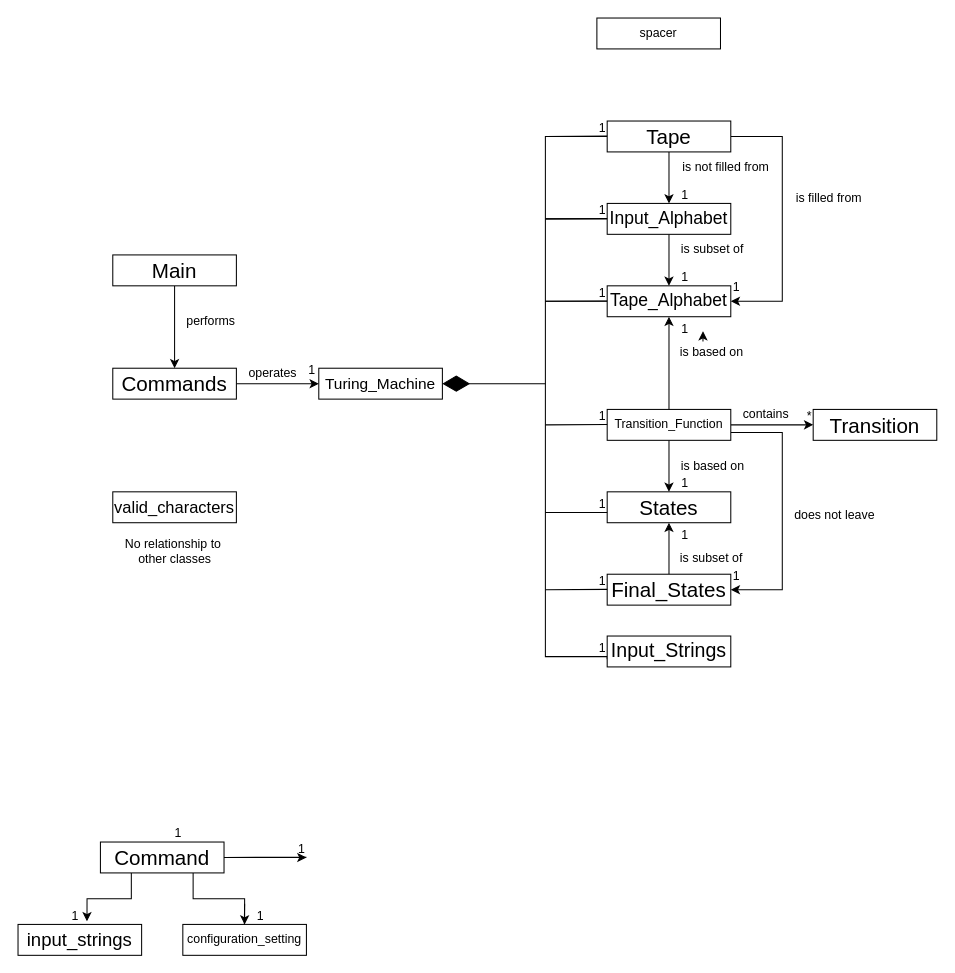
Earlier version of the draw.io diagram Untitled Diagram.drawio (IgorBCode/cv). Source tidied: cells renumbered, new cells numbered last; positions are measured from the earlier drawing's top-left corner, leaving out a move shared by most shapes. Both pictures are drawn from the tidied source at 103%, with x=0, y=0 at pixel (18, 18).
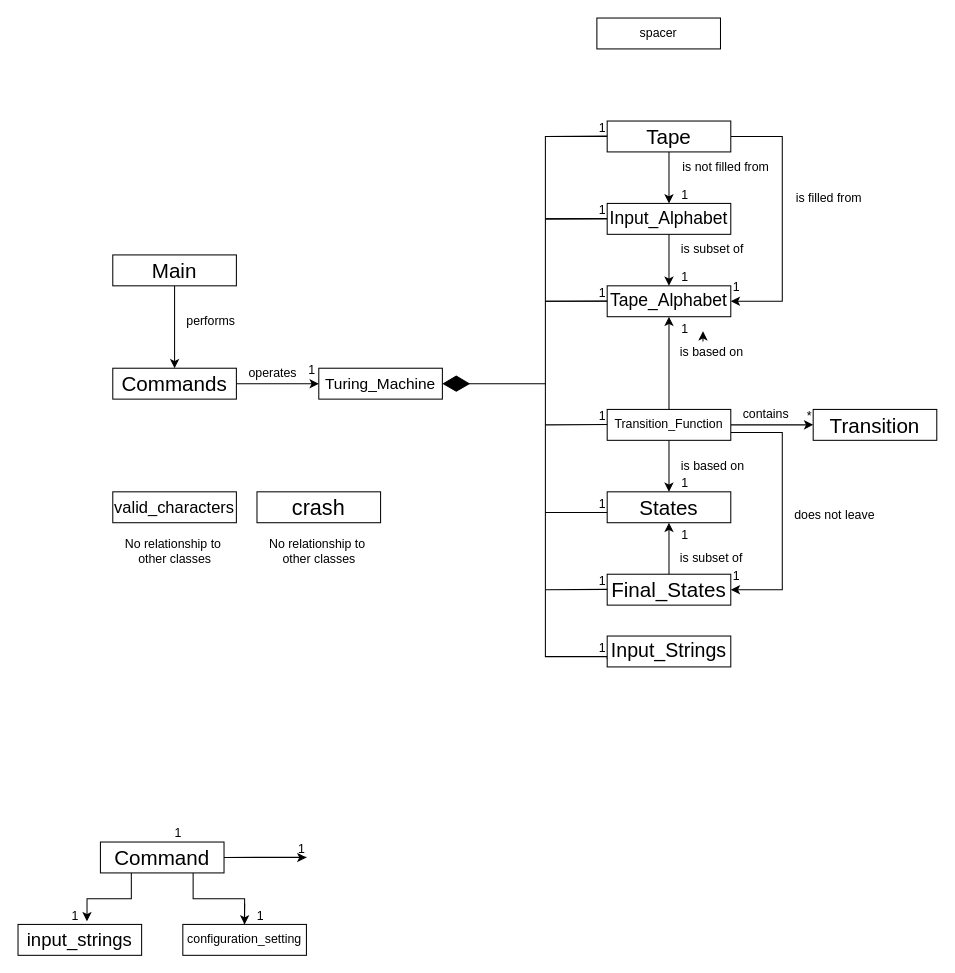
The same diagram, later.

Diff of the diagram source:
```diff
@@
+    <mxCell id="75" value="&lt;font style=&quot;font-size: 21px;&quot;&gt;crash&lt;/font&gt;" style="html=1;whiteSpace=wrap;" parent="1" vertex="1">
+      <mxGeometry x="232" y="460" width="120" height="30" as="geometry" />
+    </mxCell>
+    <mxCell id="76" value="&lt;div&gt;No relationship to&amp;nbsp;&lt;/div&gt;&lt;div&gt;other classes&lt;/div&gt;" style="text;html=1;align=center;verticalAlign=middle;strokeColor=none;fillColor=none;" parent="1" vertex="1">
+      <mxGeometry x="232" y="498" width="120" height="40" as="geometry" />
+    </mxCell>
```
